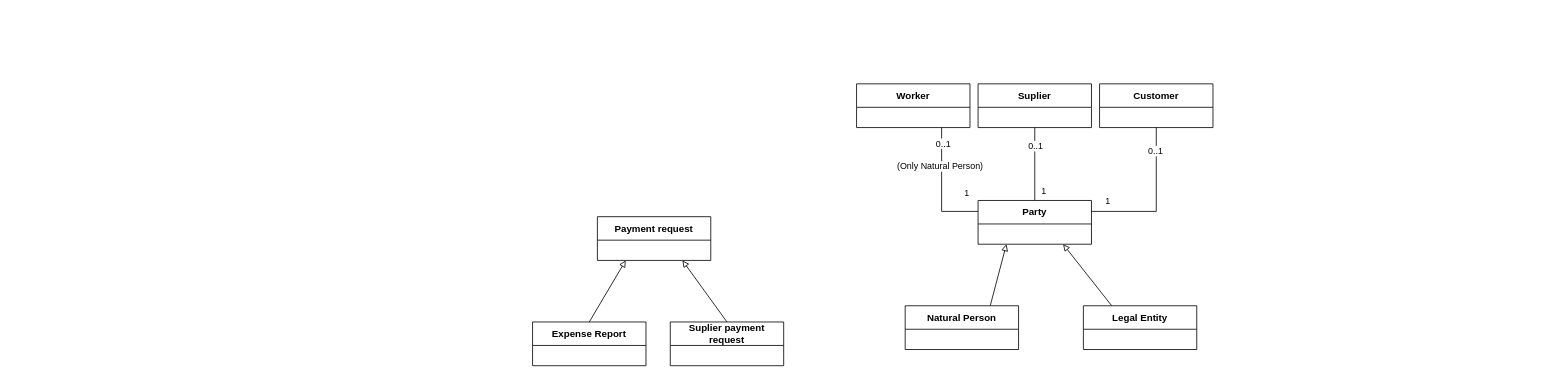
Before: page "Focus" (4 of 5) of Diagramme sans nom.drawio in Idir-smart/SandBox, a draw.io diagram. Source tidied: cells renumbered, new cells numbered last; positions are measured from the earlier drawing's top-left corner, leaving out a move shared by most shapes. Both pictures are drawn from the tidied source at 81%, with x=0, y=0 at pixel (532, 83).
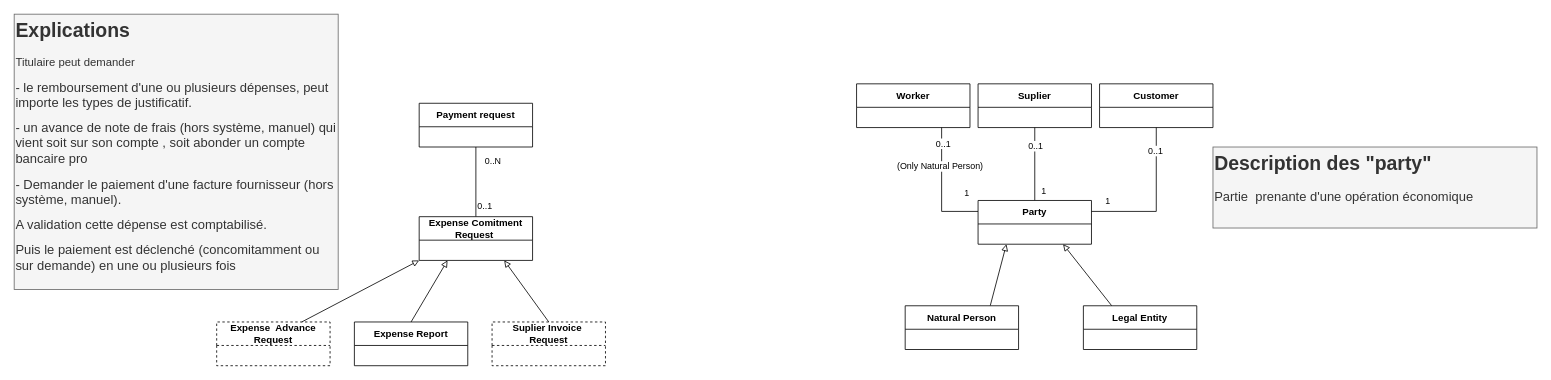
Above is the later version.

Change to the diagram source:
```diff
@@
+    <mxCell id="25" style="edgeStyle=orthogonalEdgeStyle;rounded=0;jettySize=auto;html=1;exitX=0.5;exitY=0;exitDx=0;exitDy=0;entryX=0.5;entryY=1;entryDx=0;entryDy=0;endArrow=none;endFill=0;" parent="1" edge="1" source="2" target="30">
+      <mxGeometry relative="1" as="geometry" />
+    </mxCell>
+    <mxCell id="26" value="0..1" style="edgeLabel;html=1;align=center;verticalAlign=middle;" parent="25" vertex="1">
+      <mxGeometry x="-0.67" y="-1" relative="1" as="geometry">
+        <mxPoint x="9" as="offset" />
+      </mxGeometry>
+    </mxCell>
+    <mxCell id="27" value="0..N" style="edgeLabel;html=1;align=center;verticalAlign=middle;" parent="25" vertex="1">
+      <mxGeometry x="0.73" relative="1" as="geometry">
+        <mxPoint x="20" y="4" as="offset" />
+      </mxGeometry>
+    </mxCell>
-    <mxCell id="2" value="Payment request" style="swimlane;fontStyle=1;align=center;verticalAlign=middle;horizontal=1;startSize=29;html=1;whiteSpace=wrap;" parent="1" vertex="1">
-      <mxGeometry x="80" y="164" width="140" height="54" as="geometry" />
+    <mxCell id="2" value="Expense Comitment Request&amp;nbsp;" style="swimlane;fontStyle=1;align=center;verticalAlign=middle;horizontal=1;startSize=29;html=1;whiteSpace=wrap;" parent="1" vertex="1">
+      <mxGeometry x="-140" y="164" width="140" height="54" as="geometry" />
     </mxCell>
@@
     <mxCell id="4" value="Expense Report" style="swimlane;fontStyle=1;align=center;verticalAlign=middle;horizontal=1;startSize=29;html=1;whiteSpace=wrap;" parent="1" vertex="1">
-      <mxGeometry y="294" width="140" height="54" as="geometry" />
+      <mxGeometry x="-220" y="294" width="140" height="54" as="geometry" />
     </mxCell>
@@
-    <mxCell id="11" value="Suplier payment request" style="swimlane;fontStyle=1;align=center;verticalAlign=middle;horizontal=1;startSize=29;html=1;whiteSpace=wrap;" parent="1" vertex="1">
-      <mxGeometry x="170" y="294" width="140" height="54" as="geometry" />
+    <mxCell id="11" value="Suplier Invoice&amp;nbsp; Request" style="swimlane;fontStyle=1;align=center;verticalAlign=middle;horizontal=1;startSize=29;html=1;whiteSpace=wrap;dashed=1;" parent="1" vertex="1">
+      <mxGeometry x="-50" y="294" width="140" height="54" as="geometry" />
     </mxCell>
@@
+    <mxCell id="28" value="Expense&amp;nbsp; Advance Request" style="swimlane;fontStyle=1;align=center;verticalAlign=middle;horizontal=1;startSize=29;html=1;whiteSpace=wrap;dashed=1;" parent="1" vertex="1">
+      <mxGeometry x="-390" y="294" width="140" height="54" as="geometry" />
+    </mxCell>
+    <mxCell id="29" style="rounded=0;jettySize=auto;html=1;exitX=0.75;exitY=0;exitDx=0;exitDy=0;entryX=0;entryY=1;entryDx=0;entryDy=0;endArrow=block;endFill=0;" parent="1" edge="1" source="28" target="2">
+      <mxGeometry relative="1" as="geometry" />
+    </mxCell>
+    <mxCell id="30" value="Payment request" style="swimlane;fontStyle=1;align=center;verticalAlign=middle;horizontal=1;startSize=29;html=1;whiteSpace=wrap;" parent="1" vertex="1">
+      <mxGeometry x="-140" y="24" width="140" height="54" as="geometry" />
+    </mxCell>
+    <mxCell id="31" value="&lt;h1 style=&quot;margin-top: 0px;&quot;&gt;Explications&amp;nbsp;&lt;/h1&gt;&lt;p&gt;&lt;font style=&quot;font-size: 14px;&quot;&gt;Titulaire peut demander&amp;nbsp;&lt;/font&gt;&lt;/p&gt;&lt;p&gt;&lt;font size=&quot;3&quot;&gt;- le remboursement d'une ou plusieurs dépenses, peut importe les types de justificatif.&lt;/font&gt;&lt;/p&gt;&lt;p&gt;&lt;font size=&quot;3&quot;&gt;- un avance de note de frais (hors système, manuel) qui vient soit sur son compte , soit abonder un compte bancaire pro&amp;nbsp;&lt;/font&gt;&lt;/p&gt;&lt;p&gt;&lt;font size=&quot;3&quot;&gt;- Demander le paiement d'une facture fournisseur (hors système, manuel).&lt;/font&gt;&lt;/p&gt;&lt;p&gt;&lt;font size=&quot;3&quot;&gt;A validation cette dépense est comptabilisé.&lt;/font&gt;&lt;/p&gt;&lt;p&gt;&lt;font size=&quot;3&quot;&gt;Puis le paiement est déclenché (concomitamment ou sur demande) en une ou plusieurs fois&amp;nbsp; &amp;nbsp;&lt;/font&gt;&lt;/p&gt;&lt;p&gt;&lt;br&gt;&lt;/p&gt;" style="text;html=1;whiteSpace=wrap;overflow=hidden;rounded=0;fillColor=#f5f5f5;fontColor=#333333;strokeColor=#666666;" parent="1" vertex="1">
+      <mxGeometry x="-640" y="-86" width="400" height="340" as="geometry" />
+    </mxCell>
+    <mxCell id="32" value="&lt;h1 style=&quot;margin-top: 0px;&quot;&gt;Description des &quot;party&quot;&lt;/h1&gt;&lt;p&gt;&lt;font size=&quot;3&quot;&gt;Partie&amp;nbsp; prenante d'une opération économique&lt;/font&gt;&lt;/p&gt;&lt;p&gt;&lt;br&gt;&lt;/p&gt;" style="text;html=1;whiteSpace=wrap;overflow=hidden;rounded=0;fillColor=#f5f5f5;fontColor=#333333;strokeColor=#666666;" parent="1" vertex="1">
+      <mxGeometry x="840" y="78" width="400" height="100" as="geometry" />
+    </mxCell>
```
